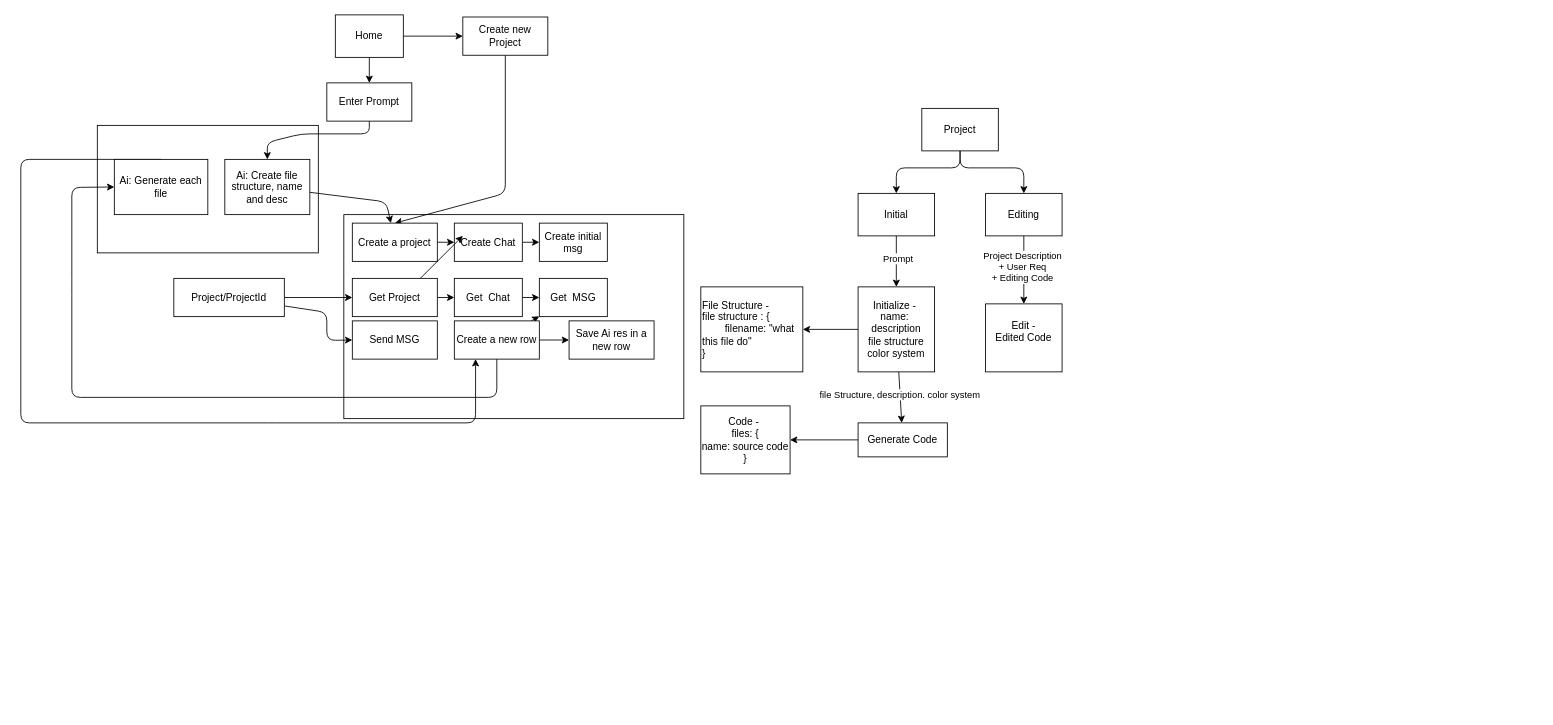
Earlier version of the draw.io diagram map.drawio (MSyedJubair/OpenClone). Source tidied: cells renumbered, new cells numbered last; positions are measured from the earlier drawing's top-left corner, leaving out a move shared by most shapes. Both pictures are drawn from the tidied source at 85%, with x=0, y=0 at pixel (20, 14).
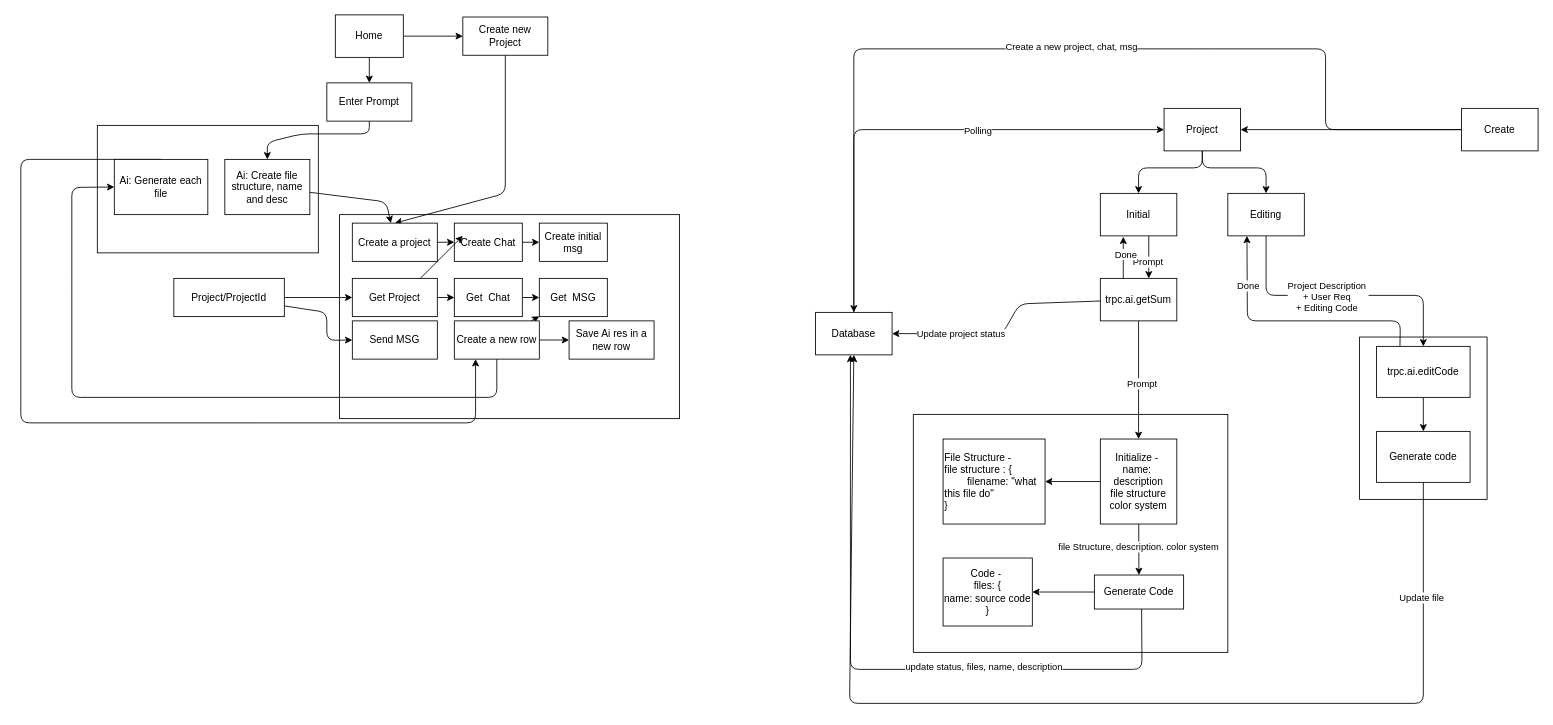
The same diagram, later.

Commit message (it also covers changes not shown here):
Implemented EditCode

Diff of the diagram source:
```diff
@@
+    <mxCell id="53" style="rounded=0;whiteSpace=wrap;html=1;fillColor=none;strokeColor=light-dark(#000000,#00FFFF);" parent="1" vertex="1">
+      <mxGeometry x="1050" y="470" width="370" height="280" as="geometry" />
+    </mxCell>
@@
     <mxCell id="9" style="rounded=0;whiteSpace=wrap;html=1;fillColor=none;strokeColor=light-dark(#000000,#0000FF);" parent="1" vertex="1">
-      <mxGeometry x="380" y="235" width="400" height="240" as="geometry" />
+      <mxGeometry x="375" y="235" width="400" height="240" as="geometry" />
     </mxCell>
@@
     <mxCell id="35" style="edgeStyle=none;html=1;entryX=0.5;entryY=0;entryDx=0;entryDy=0;" parent="1" edge="1" source="37" target="40">
       <mxGeometry relative="1" as="geometry">
         <Array as="points">
-          <mxPoint x="1105" y="180" />
-          <mxPoint x="1030" y="180" />
+          <mxPoint x="1390" y="180" />
+          <mxPoint x="1315" y="180" />
         </Array>
       </mxGeometry>
     </mxCell>
     <mxCell id="36" style="edgeStyle=none;html=1;entryX=0.5;entryY=0;entryDx=0;entryDy=0;" parent="1" edge="1" source="37" target="43">
       <mxGeometry relative="1" as="geometry">
         <Array as="points">
-          <mxPoint x="1105" y="180" />
-          <mxPoint x="1180" y="180" />
+          <mxPoint x="1390" y="180" />
+          <mxPoint x="1465" y="180" />
         </Array>
       </mxGeometry>
     </mxCell>
     <mxCell id="37" value="Project" style="rounded=0;whiteSpace=wrap;html=1;" parent="1" vertex="1">
-      <mxGeometry x="1060" y="110" width="90" height="50" as="geometry" />
+      <mxGeometry x="1345" y="110" width="90" height="50" as="geometry" />
     </mxCell>
-    <mxCell id="38" style="edgeStyle=none;html=1;" parent="1" edge="1" source="40" target="47">
-      <mxGeometry relative="1" as="geometry" />
-    </mxCell>
-    <mxCell id="39" value="Prompt" style="edgeLabel;html=1;align=center;verticalAlign=middle;" parent="38" vertex="1">
-      <mxGeometry x="-0.15" y="1" relative="1" as="geometry" />
-    </mxCell>
+    <mxCell id="54" style="edgeStyle=none;html=1;" parent="1" edge="1">
+      <mxGeometry relative="1" as="geometry">
+        <mxPoint x="1327" y="260" as="sourcePoint" />
+        <mxPoint x="1327" y="310" as="targetPoint" />
+      </mxGeometry>
+    </mxCell>
+    <mxCell id="55" value="Prompt" style="edgeLabel;html=1;align=center;verticalAlign=middle;" parent="54" vertex="1">
+      <mxGeometry x="0.2" y="-2" relative="1" as="geometry" />
+    </mxCell>
     <mxCell id="40" value="Initial" style="rounded=0;whiteSpace=wrap;html=1;" parent="1" vertex="1">
-      <mxGeometry x="985" y="210" width="90" height="50" as="geometry" />
+      <mxGeometry x="1270" y="210" width="90" height="50" as="geometry" />
     </mxCell>
     <mxCell id="41" style="edgeStyle=none;html=1;entryX=0.5;entryY=0;entryDx=0;entryDy=0;" parent="1" edge="1" source="43" target="48">
-      <mxGeometry relative="1" as="geometry" />
+      <mxGeometry relative="1" as="geometry">
+        <Array as="points">
+          <mxPoint x="1465" y="330" />
+          <mxPoint x="1650" y="330" />
+        </Array>
+      </mxGeometry>
     </mxCell>
@@
     <mxCell id="43" value="Editing" style="rounded=0;whiteSpace=wrap;html=1;" parent="1" vertex="1">
-      <mxGeometry x="1135" y="210" width="90" height="50" as="geometry" />
+      <mxGeometry x="1420" y="210" width="90" height="50" as="geometry" />
     </mxCell>
@@
     <mxCell id="47" value="Initialize -&amp;nbsp;&lt;br&gt;name:&amp;nbsp;&lt;div&gt;description&lt;/div&gt;&lt;div&gt;file structure&lt;/div&gt;&lt;div&gt;color system&lt;/div&gt;" style="rounded=0;whiteSpace=wrap;html=1;" parent="1" vertex="1">
-      <mxGeometry x="985" y="320" width="90" height="100" as="geometry" />
+      <mxGeometry x="1270" y="499" width="90" height="100" as="geometry" />
     </mxCell>
+    <mxCell id="56" style="edgeStyle=none;html=1;" parent="1" edge="1" source="48" target="73">
+      <mxGeometry relative="1" as="geometry" />
+    </mxCell>
+    <mxCell id="57" style="edgeStyle=none;html=1;entryX=0.25;entryY=1;entryDx=0;entryDy=0;exitX=0.25;exitY=0;exitDx=0;exitDy=0;" parent="1" edge="1" source="48" target="43">
+      <mxGeometry relative="1" as="geometry">
+        <Array as="points">
+          <mxPoint x="1623" y="360" />
+          <mxPoint x="1443" y="360" />
+        </Array>
+      </mxGeometry>
+    </mxCell>
+    <mxCell id="58" value="Done" style="edgeLabel;html=1;align=center;verticalAlign=middle;" parent="57" vertex="1">
+      <mxGeometry x="0.62" y="-1" relative="1" as="geometry" />
+    </mxCell>
-    <mxCell id="48" value="Edit -&lt;div&gt;Edited Code&lt;/div&gt;&lt;div&gt;&lt;br&gt;&lt;/div&gt;" style="rounded=0;whiteSpace=wrap;html=1;" parent="1" vertex="1">
-      <mxGeometry x="1135" y="340" width="90" height="80" as="geometry" />
+    <mxCell id="48" value="&lt;div&gt;trpc.ai.editCode&lt;/div&gt;" style="rounded=0;whiteSpace=wrap;html=1;" parent="1" vertex="1">
+      <mxGeometry x="1595" y="390" width="110" height="60" as="geometry" />
     </mxCell>
@@
+    <mxCell id="59" style="edgeStyle=none;html=1;entryX=0.5;entryY=1;entryDx=0;entryDy=0;" parent="1" edge="1">
+      <mxGeometry relative="1" as="geometry">
+        <mxPoint x="1318.6" y="699" as="sourcePoint" />
+        <mxPoint x="976" y="400" as="targetPoint" />
+        <Array as="points">
+          <mxPoint x="1319" y="770" />
+          <mxPoint x="976" y="770" />
+        </Array>
+      </mxGeometry>
+    </mxCell>
+    <mxCell id="60" value="update status, files, name, description" style="edgeLabel;html=1;align=center;verticalAlign=middle;" parent="59" vertex="1">
+      <mxGeometry x="-0.34" y="-4" relative="1" as="geometry">
+        <mxPoint x="1" as="offset" />
+      </mxGeometry>
+    </mxCell>
     <mxCell id="50" value="Generate Code" style="rounded=0;whiteSpace=wrap;html=1;" parent="1" vertex="1">
-      <mxGeometry x="985" y="480" width="105" height="40" as="geometry" />
+      <mxGeometry x="1263" y="659" width="105" height="40" as="geometry" />
     </mxCell>
     <mxCell id="51" value="File Structure -&lt;div&gt;file structure : {&lt;/div&gt;&lt;div&gt;&lt;span style=&quot;white-space: pre;&quot;&gt;&#9;&lt;/span&gt;filename: &quot;what this file do&quot;&lt;br&gt;&lt;/div&gt;&lt;div&gt;}&lt;/div&gt;" style="whiteSpace=wrap;html=1;rounded=0;align=left;" parent="1" vertex="1">
-      <mxGeometry x="800" y="320" width="120" height="100" as="geometry" />
+      <mxGeometry x="1085" y="499" width="120" height="100" as="geometry" />
     </mxCell>
     <mxCell id="52" value="Code -&amp;nbsp;&lt;div&gt;files: {&lt;/div&gt;&lt;div&gt;name: source code&lt;/div&gt;&lt;div&gt;}&lt;/div&gt;" style="rounded=0;whiteSpace=wrap;html=1;" parent="1" vertex="1">
-      <mxGeometry x="800" y="460" width="105" height="80" as="geometry" />
+      <mxGeometry x="1085" y="639" width="105" height="80" as="geometry" />
     </mxCell>
+    <mxCell id="61" style="edgeStyle=none;html=1;" parent="1" edge="1">
+      <mxGeometry relative="1" as="geometry">
+        <mxPoint x="1297" y="311" as="sourcePoint" />
+        <mxPoint x="1297" y="261" as="targetPoint" />
+      </mxGeometry>
+    </mxCell>
+    <mxCell id="62" value="Done" style="edgeLabel;html=1;align=center;verticalAlign=middle;" parent="61" vertex="1">
+      <mxGeometry x="0.2" y="-2" relative="1" as="geometry" />
+    </mxCell>
+    <mxCell id="63" style="edgeStyle=none;html=1;entryX=0.5;entryY=0;entryDx=0;entryDy=0;" parent="1" edge="1" source="67" target="47">
+      <mxGeometry relative="1" as="geometry" />
+    </mxCell>
+    <mxCell id="64" value="Prompt" style="edgeLabel;html=1;align=center;verticalAlign=middle;" parent="63" vertex="1">
+      <mxGeometry x="0.05" y="3" relative="1" as="geometry" />
+    </mxCell>
+    <mxCell id="65" style="edgeStyle=none;html=1;entryX=1;entryY=0.5;entryDx=0;entryDy=0;" parent="1" edge="1" source="67" target="70">
+      <mxGeometry relative="1" as="geometry">
+        <Array as="points">
+          <mxPoint x="1175" y="340" />
+          <mxPoint x="1155" y="375" />
+        </Array>
+      </mxGeometry>
+    </mxCell>
+    <mxCell id="66" value="Update project status" style="edgeLabel;html=1;align=center;verticalAlign=middle;" parent="65" vertex="1">
+      <mxGeometry x="0.52" y="1" relative="1" as="geometry">
+        <mxPoint x="17" y="-1" as="offset" />
+      </mxGeometry>
+    </mxCell>
+    <mxCell id="67" value="trpc.ai.getSum" style="rounded=0;whiteSpace=wrap;html=1;" parent="1" vertex="1">
+      <mxGeometry x="1270" y="310" width="90" height="50" as="geometry" />
+    </mxCell>
+    <mxCell id="68" style="edgeStyle=none;html=1;entryX=0;entryY=0.5;entryDx=0;entryDy=0;" parent="1" edge="1" source="70" target="37">
+      <mxGeometry relative="1" as="geometry">
+        <Array as="points">
+          <mxPoint x="980" y="135" />
+        </Array>
+      </mxGeometry>
+    </mxCell>
+    <mxCell id="69" value="Polling" style="edgeLabel;html=1;align=center;verticalAlign=middle;" parent="68" vertex="1">
+      <mxGeometry x="0.24" y="-1" relative="1" as="geometry" />
+    </mxCell>
+    <mxCell id="70" value="Database" style="rounded=0;whiteSpace=wrap;html=1;" parent="1" vertex="1">
+      <mxGeometry x="935" y="350" width="90" height="50" as="geometry" />
+    </mxCell>
+    <mxCell id="71" style="edgeStyle=none;html=1;entryX=0.5;entryY=1;entryDx=0;entryDy=0;" parent="1" edge="1" source="73" target="70">
+      <mxGeometry relative="1" as="geometry">
+        <Array as="points">
+          <mxPoint x="1650" y="810" />
+          <mxPoint x="975" y="810" />
+        </Array>
+      </mxGeometry>
+    </mxCell>
+    <mxCell id="72" value="Update file" style="edgeLabel;html=1;align=center;verticalAlign=middle;" parent="71" vertex="1">
+      <mxGeometry x="-0.8" y="-3" relative="1" as="geometry" />
+    </mxCell>
+    <mxCell id="73" value="&lt;div&gt;Generate code&lt;/div&gt;" style="rounded=0;whiteSpace=wrap;html=1;" parent="1" vertex="1">
+      <mxGeometry x="1595" y="490" width="110" height="60" as="geometry" />
+    </mxCell>
+    <mxCell id="74" style="rounded=0;whiteSpace=wrap;html=1;fillColor=none;strokeColor=light-dark(#000000,#00FFFF);" parent="1" vertex="1">
+      <mxGeometry x="1575" y="379" width="150" height="191" as="geometry" />
+    </mxCell>
+    <mxCell id="75" style="edgeStyle=none;html=1;entryX=1;entryY=0.5;entryDx=0;entryDy=0;" parent="1" edge="1" source="78" target="37">
+      <mxGeometry relative="1" as="geometry" />
+    </mxCell>
+    <mxCell id="76" style="edgeStyle=none;html=1;entryX=0.5;entryY=0;entryDx=0;entryDy=0;" parent="1" edge="1" source="78" target="70">
+      <mxGeometry relative="1" as="geometry">
+        <Array as="points">
+          <mxPoint x="1535" y="135" />
+          <mxPoint x="1535" y="40" />
+          <mxPoint x="1395" y="40" />
+          <mxPoint x="980" y="40" />
+        </Array>
+      </mxGeometry>
+    </mxCell>
+    <mxCell id="77" value="Create a new project, chat, msg" style="edgeLabel;html=1;align=center;verticalAlign=middle;" parent="76" vertex="1">
+      <mxGeometry x="-0.01" y="-3" relative="1" as="geometry">
+        <mxPoint x="-1" as="offset" />
+      </mxGeometry>
+    </mxCell>
+    <mxCell id="78" value="Create" style="rounded=0;whiteSpace=wrap;html=1;" parent="1" vertex="1">
+      <mxGeometry x="1695" y="110" width="90" height="50" as="geometry" />
+    </mxCell>
```
